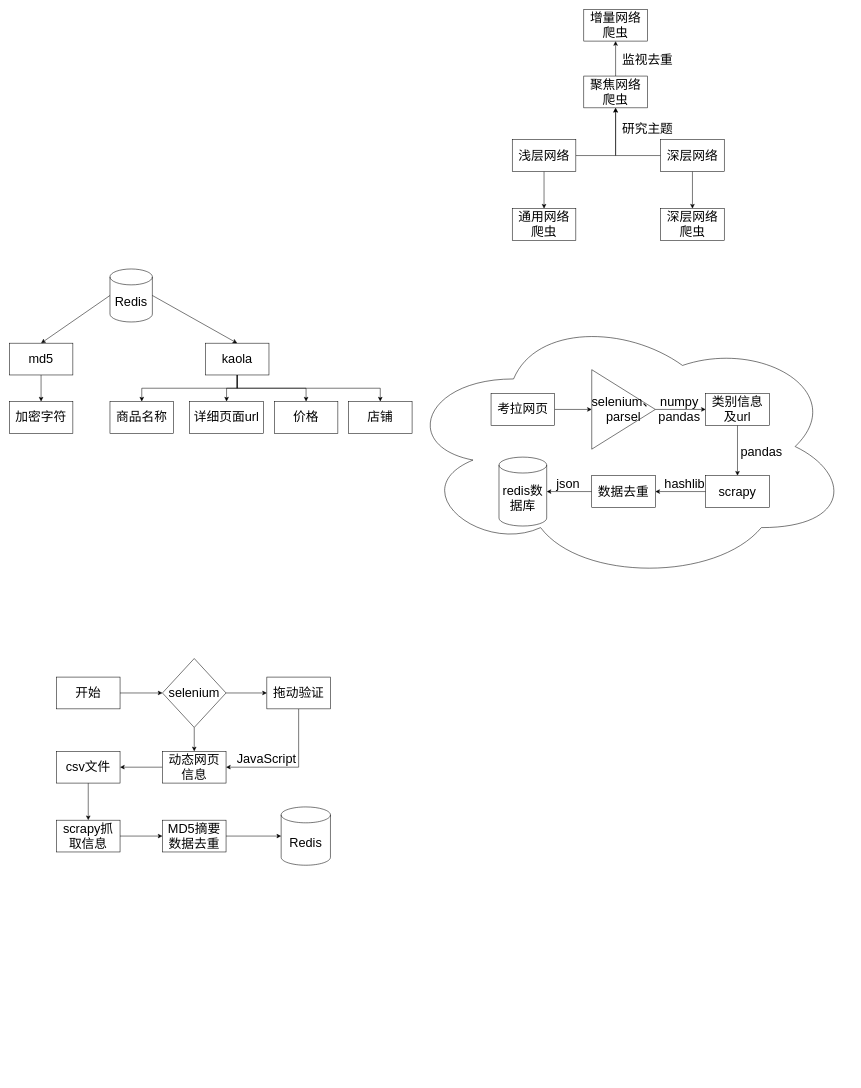
This is 4.1毕设.drawio from Thesoul20/daily-work, a draw.io file, before an edit. Source tidied: cells renumbered, new cells numbered last; positions are measured from the earlier drawing's top-left corner, leaving out a move shared by most shapes. Both pictures are drawn from the tidied source at 53%, with x=0, y=0 at pixel (9, 9).
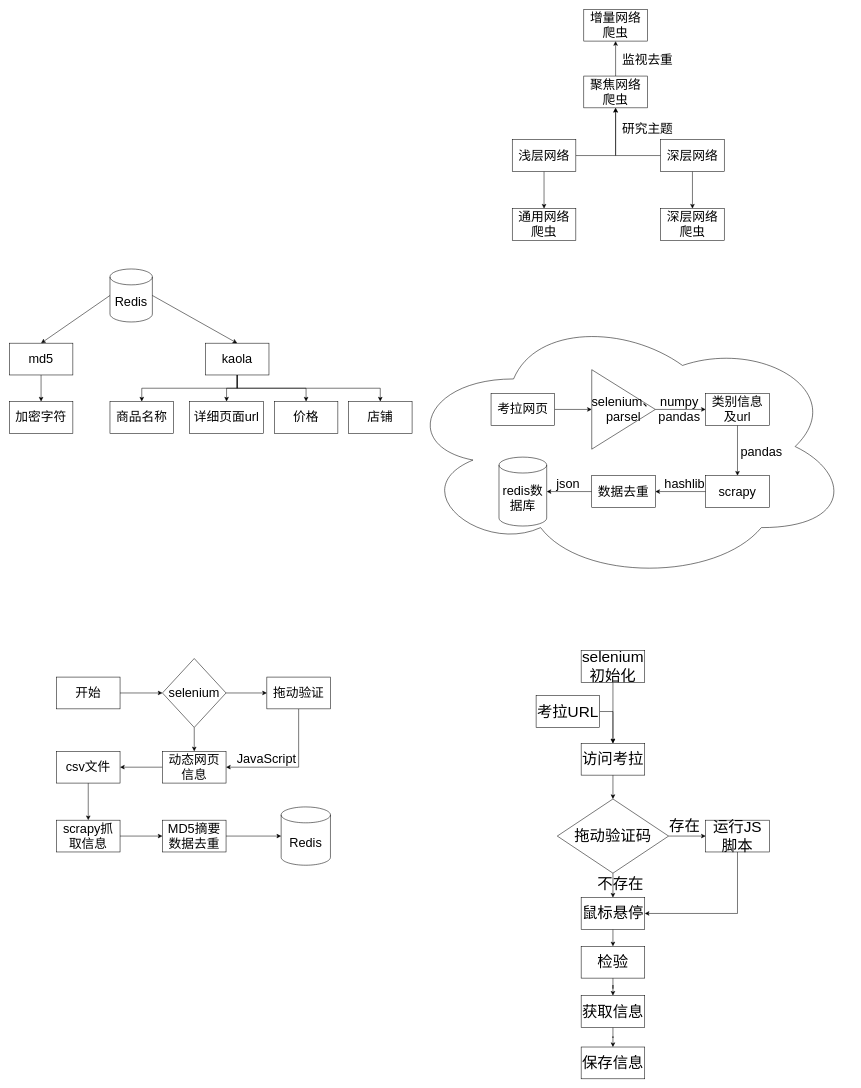
Above is the later version.

Change to the diagram source:
```diff
@@
+    <mxCell id="63" style="edgeStyle=orthogonalEdgeStyle;rounded=0;jettySize=auto;html=1;exitX=1;exitY=0.5;exitDx=0;exitDy=0;entryX=0;entryY=0.5;entryDx=0;entryDy=0;fontSize=29;" parent="1" edge="1" source="65" target="73">
+      <mxGeometry relative="1" as="geometry" />
+    </mxCell>
+    <mxCell id="64" style="edgeStyle=orthogonalEdgeStyle;rounded=0;jettySize=auto;html=1;exitX=0.5;exitY=1;exitDx=0;exitDy=0;entryX=0.5;entryY=0;entryDx=0;entryDy=0;fontSize=29;" parent="1" edge="1" source="65" target="75">
+      <mxGeometry relative="1" as="geometry" />
+    </mxCell>
+    <mxCell id="65" value="拖动验证码" style="rhombus;whiteSpace=wrap;html=1;fontSize=29;" parent="1" vertex="1">
+      <mxGeometry x="1034" y="1490" width="210" height="140" as="geometry" />
+    </mxCell>
+    <mxCell id="66" style="edgeStyle=orthogonalEdgeStyle;rounded=0;jettySize=auto;html=1;exitX=0.5;exitY=1;exitDx=0;exitDy=0;fontSize=29;" parent="1" edge="1" source="67" target="69">
+      <mxGeometry relative="1" as="geometry" />
+    </mxCell>
+    <mxCell id="67" value="selenium初始化" style="rounded=0;whiteSpace=wrap;html=1;fontSize=29;" parent="1" vertex="1">
+      <mxGeometry x="1079" y="1210" width="120" height="60" as="geometry" />
+    </mxCell>
+    <mxCell id="68" style="edgeStyle=orthogonalEdgeStyle;rounded=0;jettySize=auto;html=1;exitX=0.5;exitY=1;exitDx=0;exitDy=0;fontSize=29;" parent="1" edge="1" source="69" target="65">
+      <mxGeometry relative="1" as="geometry" />
+    </mxCell>
+    <mxCell id="69" value="访问考拉" style="rounded=0;whiteSpace=wrap;html=1;fontSize=29;" parent="1" vertex="1">
+      <mxGeometry x="1079" y="1385" width="120" height="60" as="geometry" />
+    </mxCell>
+    <mxCell id="70" style="edgeStyle=orthogonalEdgeStyle;rounded=0;jettySize=auto;html=1;exitX=1;exitY=0.5;exitDx=0;exitDy=0;fontSize=29;" parent="1" edge="1" source="71" target="69">
+      <mxGeometry relative="1" as="geometry" />
+    </mxCell>
+    <mxCell id="71" value="考拉URL" style="rounded=0;whiteSpace=wrap;html=1;fontSize=29;" parent="1" vertex="1">
+      <mxGeometry x="994" y="1295" width="120" height="60" as="geometry" />
+    </mxCell>
+    <mxCell id="72" style="edgeStyle=orthogonalEdgeStyle;rounded=0;jettySize=auto;html=1;exitX=0.5;exitY=1;exitDx=0;exitDy=0;entryX=1;entryY=0.5;entryDx=0;entryDy=0;fontSize=29;" parent="1" edge="1" source="73" target="75">
+      <mxGeometry relative="1" as="geometry" />
+    </mxCell>
+    <mxCell id="73" value="运行JS脚本" style="rounded=0;whiteSpace=wrap;html=1;fontSize=29;" parent="1" vertex="1">
+      <mxGeometry x="1314" y="1530" width="120" height="60" as="geometry" />
+    </mxCell>
+    <mxCell id="74" style="edgeStyle=orthogonalEdgeStyle;rounded=0;jettySize=auto;html=1;exitX=0.5;exitY=1;exitDx=0;exitDy=0;entryX=0.5;entryY=0;entryDx=0;entryDy=0;fontSize=29;" parent="1" edge="1" source="75" target="77">
+      <mxGeometry relative="1" as="geometry" />
+    </mxCell>
+    <mxCell id="75" value="鼠标悬停" style="rounded=0;whiteSpace=wrap;html=1;fontSize=29;" parent="1" vertex="1">
+      <mxGeometry x="1079" y="1676" width="120" height="60" as="geometry" />
+    </mxCell>
+    <mxCell id="76" style="edgeStyle=orthogonalEdgeStyle;rounded=0;jettySize=auto;html=1;exitX=0.5;exitY=1;exitDx=0;exitDy=0;fontSize=29;" parent="1" edge="1" source="77" target="79">
+      <mxGeometry relative="1" as="geometry" />
+    </mxCell>
+    <mxCell id="77" value="检验" style="rounded=0;whiteSpace=wrap;html=1;fontSize=29;" parent="1" vertex="1">
+      <mxGeometry x="1079" y="1768" width="120" height="60" as="geometry" />
+    </mxCell>
+    <mxCell id="78" style="edgeStyle=orthogonalEdgeStyle;rounded=0;jettySize=auto;html=1;exitX=0.5;exitY=1;exitDx=0;exitDy=0;fontSize=29;" parent="1" edge="1" source="79" target="80">
+      <mxGeometry relative="1" as="geometry" />
+    </mxCell>
+    <mxCell id="79" value="获取信息" style="rounded=0;whiteSpace=wrap;html=1;fontSize=29;" parent="1" vertex="1">
+      <mxGeometry x="1079" y="1861" width="120" height="60" as="geometry" />
+    </mxCell>
+    <mxCell id="80" value="保存信息" style="rounded=0;whiteSpace=wrap;html=1;fontSize=29;" parent="1" vertex="1">
+      <mxGeometry x="1079" y="1958" width="120" height="60" as="geometry" />
+    </mxCell>
+    <mxCell id="81" value="存在" style="text;html=1;align=center;verticalAlign=middle;strokeColor=none;fillColor=none;fontSize=29;" parent="1" vertex="1">
+      <mxGeometry x="1239" y="1520" width="70" height="40" as="geometry" />
+    </mxCell>
+    <mxCell id="82" value="不存在" style="text;html=1;align=center;verticalAlign=middle;strokeColor=none;fillColor=none;fontSize=29;" parent="1" vertex="1">
+      <mxGeometry x="1103" y="1630" width="100" height="40" as="geometry" />
+    </mxCell>
```
